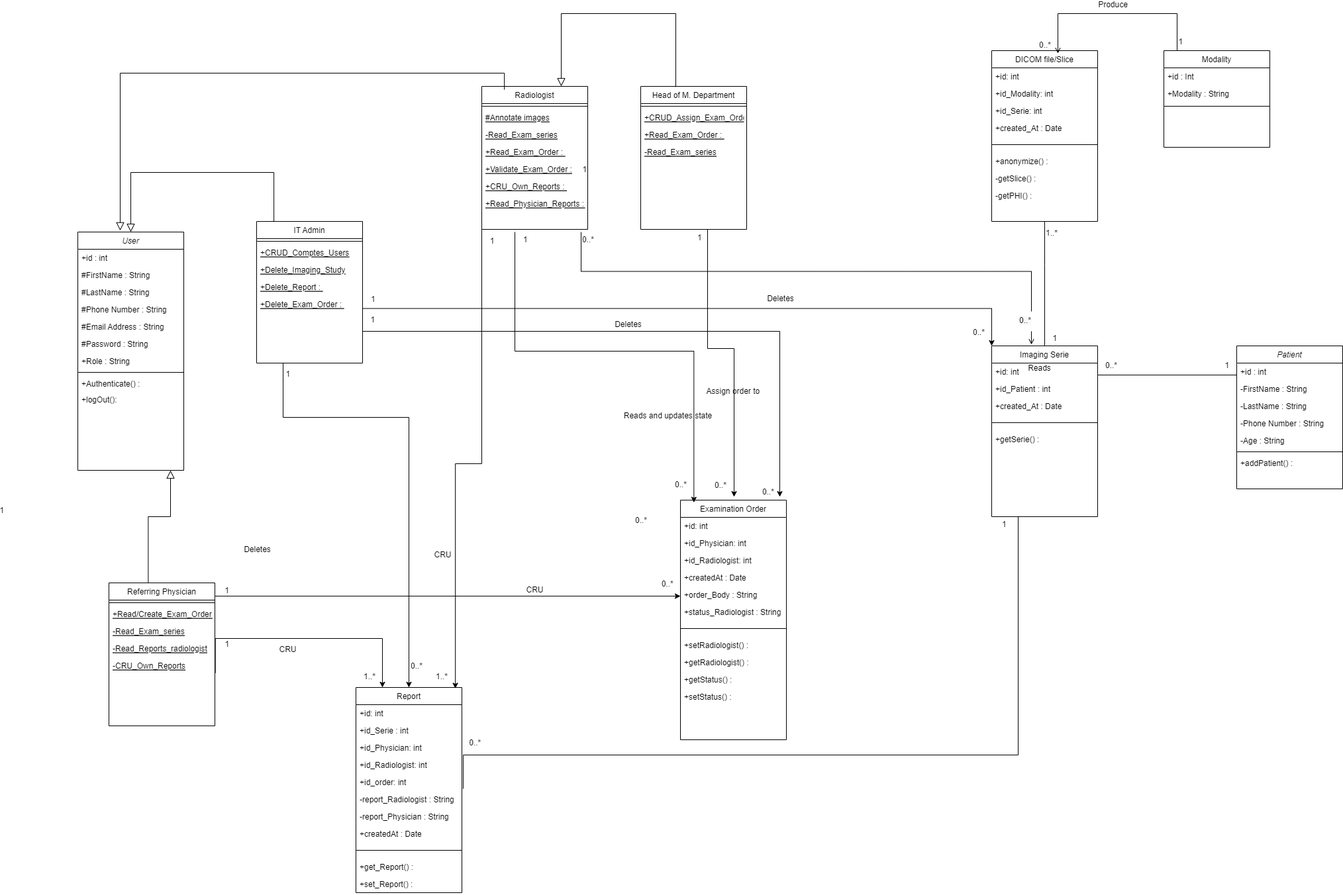
mehdilagdimi/RICOM- keeps this draw.io diagram as Conception/Class UML RICOM.png. Above is the earlier version. Source tidied: cells renumbered, new cells last; positions are measured from the earlier drawing's top-left corner, leaving out a move shared by most shapes.
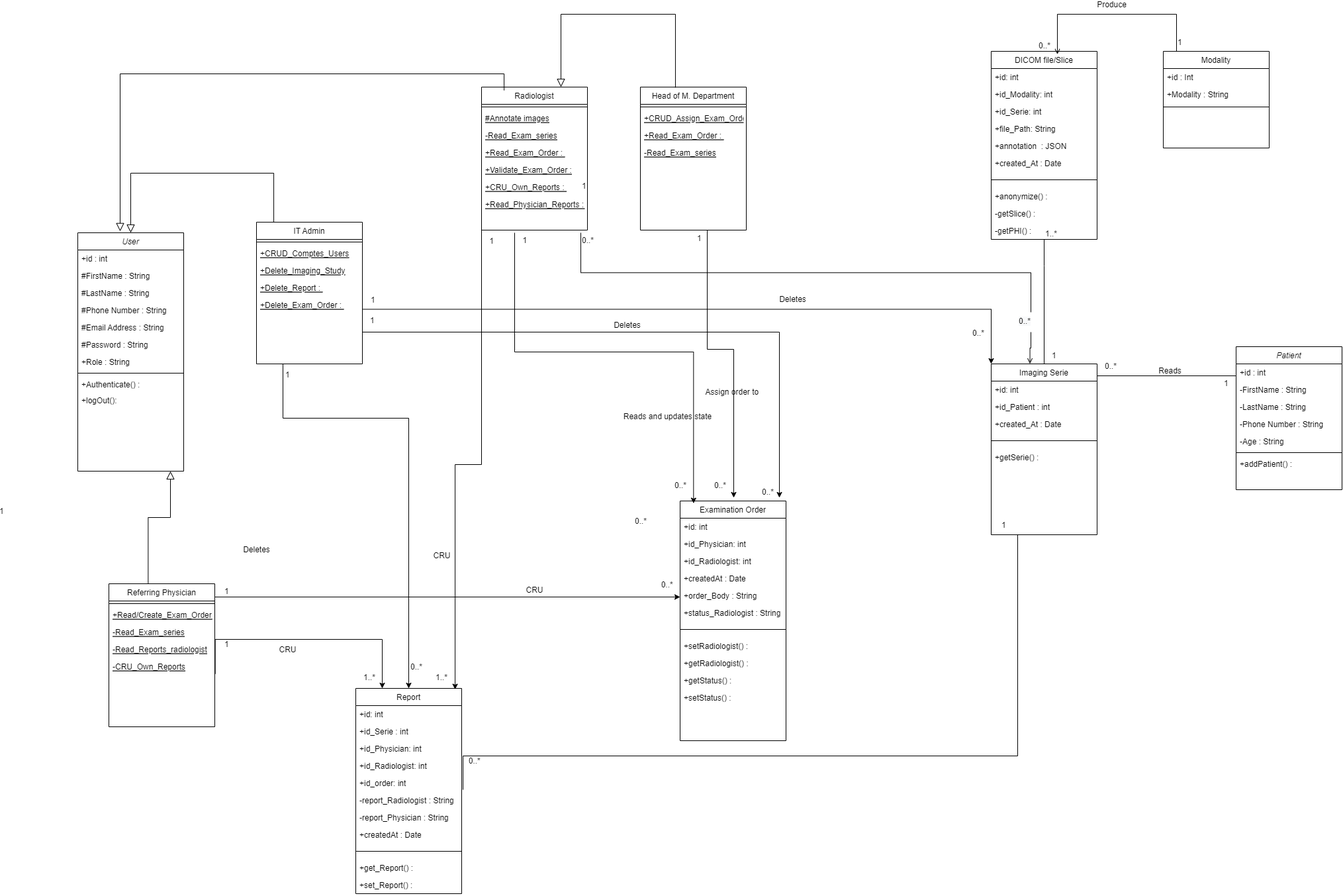
Above is the later version.

Change to the diagram source:
```diff
@@ -97,15 +97,14 @@
     <mxCell id="31" value="+setStatus() :" style="text;align=left;verticalAlign=top;spacingLeft=4;spacingRight=4;overflow=hidden;" parent="20" vertex="1">
       <mxGeometry y="284" width="160" height="26" as="geometry" />
     </mxCell>
-    <mxCell id="32" style="endArrow=open;shadow=0;strokeWidth=1;rounded=0;endFill=1;edgeStyle=elbowEdgeStyle;elbow=vertical;startArrow=none;" parent="1" edge="1" source="137">
+    <mxCell id="32" style="endArrow=open;shadow=0;strokeWidth=1;rounded=0;endFill=1;edgeStyle=elbowEdgeStyle;elbow=vertical;startArrow=none;entryX=0.366;entryY=-0.001;entryDx=0;entryDy=0;entryPerimeter=0;" parent="1" edge="1" source="137" target="78">
       <mxGeometry x="0.5" y="41" relative="1" as="geometry">
-        <mxPoint x="1440" y="530" as="targetPoint" />
         <mxPoint x="-40" y="32" as="offset" />
       </mxGeometry>
     </mxCell>
     <mxCell id="33" value="Reads" style="text;html=1;align=center;verticalAlign=middle;labelBackgroundColor=none;rounded=0;shadow=0;strokeWidth=1;fontSize=12;" parent="32" vertex="1">
       <mxGeometry x="0.5" y="49" relative="1" as="geometry">
-        <mxPoint x="-38" y="40" as="offset" />
+        <mxPoint x="162" y="23" as="offset" />
       </mxGeometry>
     </mxCell>
     <mxCell id="34" style="endArrow=classic;shadow=0;strokeWidth=1;rounded=0;endFill=1;edgeStyle=elbowEdgeStyle;elbow=vertical;exitX=1;exitY=0.5;exitDx=0;exitDy=0;strokeColor=default;" parent="1" edge="1">
@@ -280,7 +279,7 @@
       <mxGeometry y="284" width="160" height="26" as="geometry" />
     </mxCell>
     <mxCell id="78" value="Imaging Serie" style="swimlane;fontStyle=0;align=center;verticalAlign=top;horizontal=1;startSize=26;rounded=0;shadow=0;strokeWidth=1;" parent="1" vertex="1">
-      <mxGeometry x="1380" y="532" width="160" height="258" as="geometry" />
+      <mxGeometry x="1380" y="558" width="160" height="258" as="geometry" />
     </mxCell>
     <mxCell id="79" value="+id: int" style="text;align=left;verticalAlign=top;spacingLeft=4;spacingRight=4;overflow=hidden;points=[[0,0.5],[1,0.5]];portConstraint=eastwest;" parent="78" vertex="1">
       <mxGeometry y="26" width="160" height="26" as="geometry" />
@@ -298,7 +297,7 @@
       <mxGeometry y="128" width="160" height="26" as="geometry" />
     </mxCell>
     <mxCell id="84" value="DICOM file/Slice" style="swimlane;fontStyle=0;align=center;verticalAlign=top;horizontal=1;startSize=26;rounded=0;shadow=0;strokeWidth=1;" parent="1" vertex="1">
-      <mxGeometry x="1380" y="86" width="160" height="258" as="geometry" />
+      <mxGeometry x="1380" y="86" width="160" height="284" as="geometry" />
     </mxCell>
     <mxCell id="85" value="+id: int" style="text;align=left;verticalAlign=top;spacingLeft=4;spacingRight=4;overflow=hidden;" parent="84" vertex="1">
       <mxGeometry y="26" width="160" height="26" as="geometry" />
@@ -309,20 +308,26 @@
     <mxCell id="87" value="+id_Serie: int" style="text;align=left;verticalAlign=top;spacingLeft=4;spacingRight=4;overflow=hidden;" parent="84" vertex="1">
       <mxGeometry y="78" width="160" height="26" as="geometry" />
     </mxCell>
+    <mxCell id="146" value="+file_Path: String" style="text;align=left;verticalAlign=top;spacingLeft=4;spacingRight=4;overflow=hidden;" parent="84" vertex="1">
+      <mxGeometry y="104" width="160" height="26" as="geometry" />
+    </mxCell>
+    <mxCell id="147" value="+annotation  : JSON" style="text;align=left;verticalAlign=top;spacingLeft=4;spacingRight=4;overflow=hidden;" parent="84" vertex="1">
+      <mxGeometry y="130" width="160" height="26" as="geometry" />
+    </mxCell>
     <mxCell id="88" value="+created_At : Date" style="text;align=left;verticalAlign=top;spacingLeft=4;spacingRight=4;overflow=hidden;" parent="84" vertex="1">
-      <mxGeometry y="104" width="160" height="26" as="geometry" />
+      <mxGeometry y="156" width="160" height="26" as="geometry" />
     </mxCell>
     <mxCell id="89" style="line;html=1;strokeWidth=1;align=left;verticalAlign=middle;spacingTop=-1;spacingLeft=3;spacingRight=3;labelPosition=right;" parent="84" vertex="1">
-      <mxGeometry y="130" width="160" height="24" as="geometry" />
+      <mxGeometry y="182" width="160" height="24" as="geometry" />
     </mxCell>
     <mxCell id="90" value="+anonymize() :" style="text;align=left;verticalAlign=top;spacingLeft=4;spacingRight=4;overflow=hidden;" parent="84" vertex="1">
-      <mxGeometry y="154" width="160" height="26" as="geometry" />
+      <mxGeometry y="206" width="160" height="26" as="geometry" />
     </mxCell>
     <mxCell id="91" value="-getSlice() :" style="text;align=left;verticalAlign=top;spacingLeft=4;spacingRight=4;overflow=hidden;" parent="84" vertex="1">
-      <mxGeometry y="180" width="160" height="26" as="geometry" />
+      <mxGeometry y="232" width="160" height="26" as="geometry" />
     </mxCell>
     <mxCell id="92" value="-getPHI() :" style="text;align=left;verticalAlign=top;spacingLeft=4;spacingRight=4;overflow=hidden;" parent="84" vertex="1">
-      <mxGeometry y="206" width="160" height="26" as="geometry" />
+      <mxGeometry y="258" width="160" height="26" as="geometry" />
     </mxCell>
     <mxCell id="93" style="endArrow=none;shadow=0;strokeWidth=1;rounded=0;endFill=0;edgeStyle=elbowEdgeStyle;elbow=vertical;exitX=0.5;exitY=1;exitDx=0;exitDy=0;strokeColor=default;entryX=0.5;entryY=0;entryDx=0;entryDy=0;" parent="1" edge="1" source="84" target="78">
       <mxGeometry x="0.5" y="41" relative="1" as="geometry">
```
